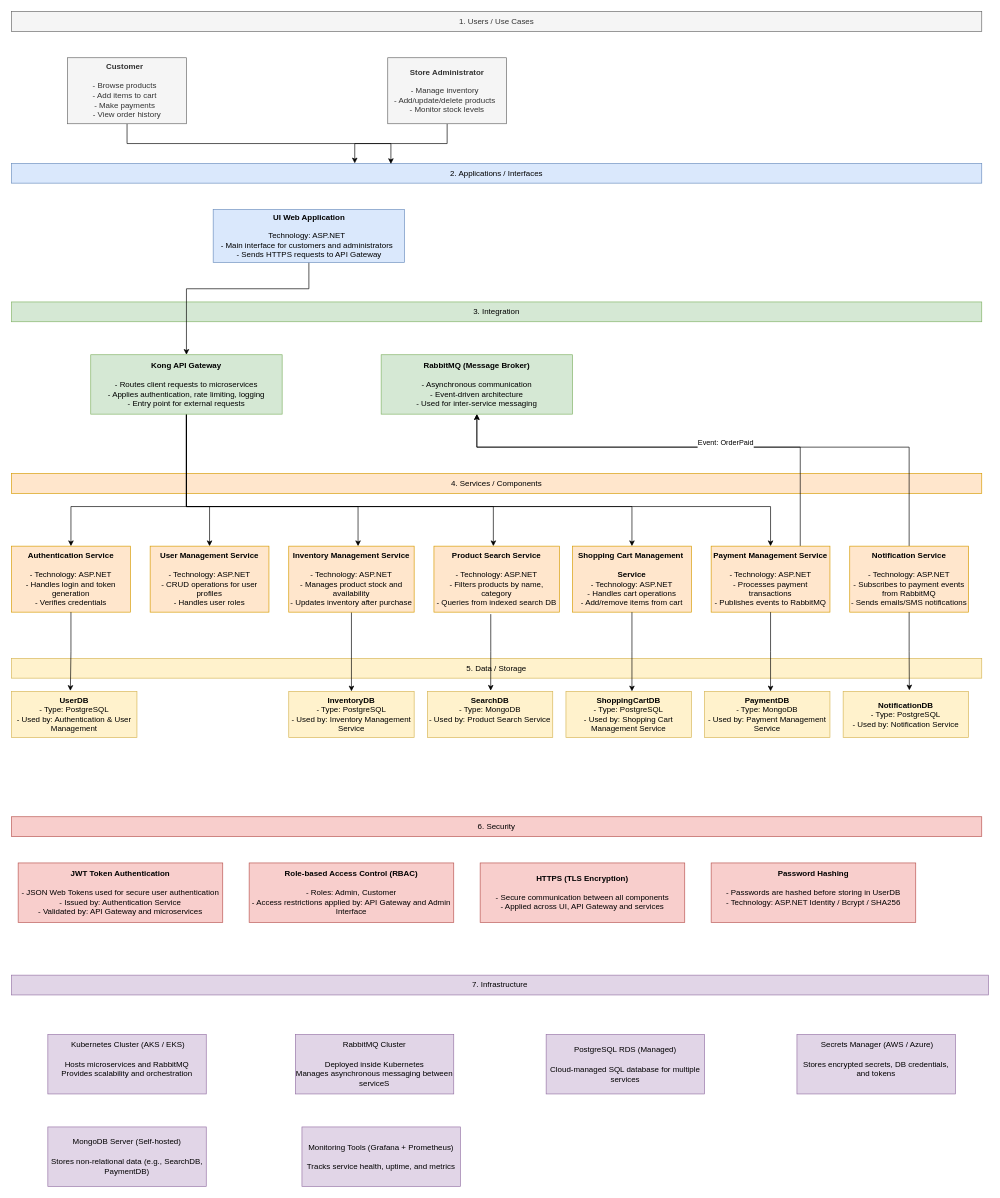
The draw.io diagram SPSM_Architecture_Matrix.drawio in Mundrack/Diagramas-DrawIO, before the edit. Source tidied: cells renumbered, new cells numbered last; positions are measured from the earlier drawing's top-left corner, leaving out a move shared by most shapes. Both pictures are drawn from the tidied source at 66%, with x=0, y=0 at pixel (11, 11).
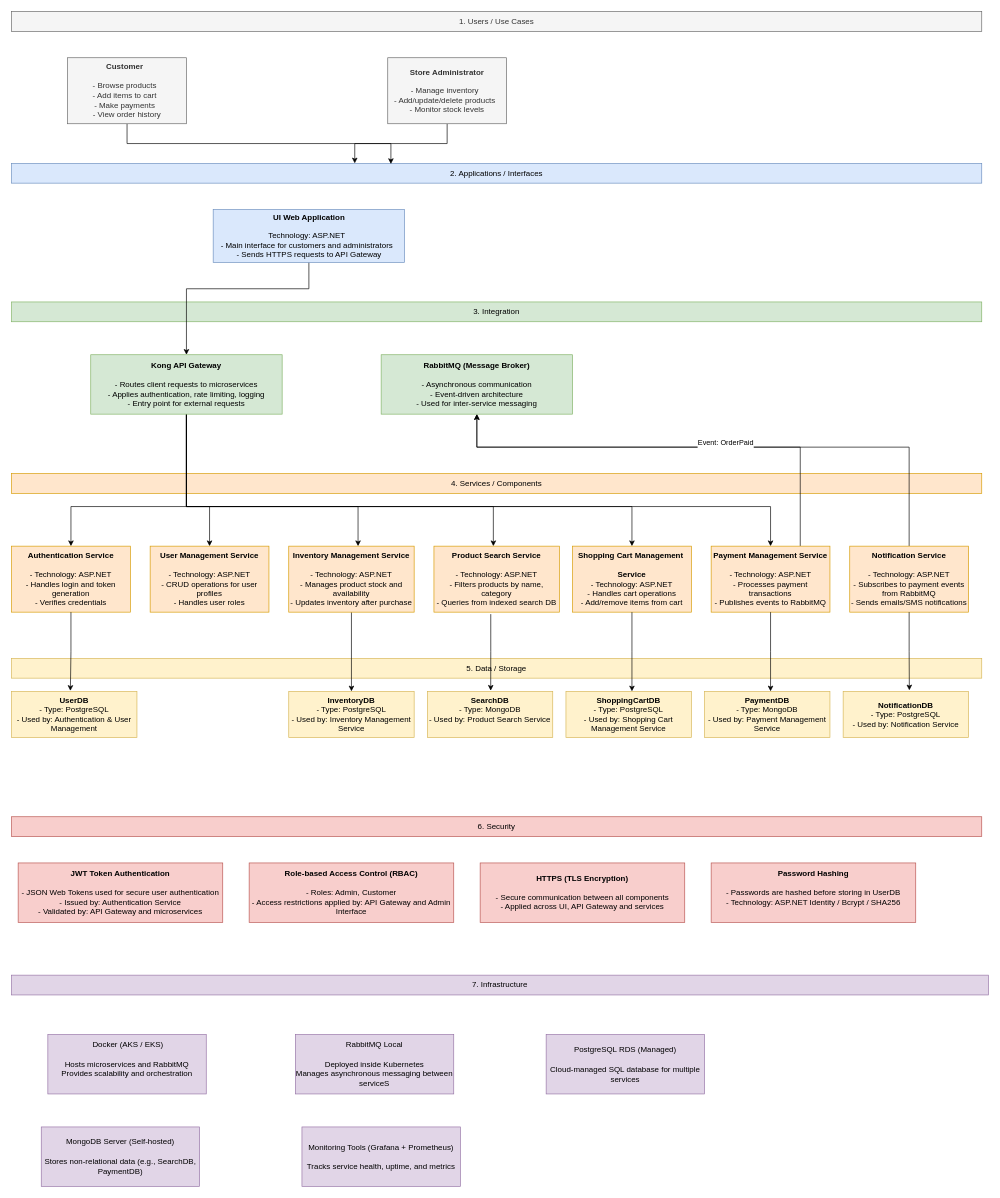
After the change.

Diff of the diagram source:
```diff
@@
-    <mxCell id="48" value="&amp;nbsp;Kubernetes Cluster (AKS / EKS)&lt;div&gt;&lt;br&gt;&lt;div&gt;&lt;span style=&quot;background-color: transparent; color: light-dark(rgb(0, 0, 0), rgb(255, 255, 255));&quot;&gt;Hosts microservices and RabbitMQ&lt;/span&gt;&lt;/div&gt;&lt;div&gt;&lt;span style=&quot;background-color: transparent; color: light-dark(rgb(0, 0, 0), rgb(255, 255, 255));&quot;&gt;Provides scalability and orchestration&lt;/span&gt;&lt;/div&gt;&lt;div&gt;&lt;h4&gt;&lt;/h4&gt;&lt;/div&gt;&lt;/div&gt;" style="whiteSpace=wrap;html=1;fillColor=#e1d5e7;strokeColor=#9673a6;" parent="1" vertex="1">
+    <mxCell id="48" value="&amp;nbsp;Docker (AKS / EKS)&lt;div&gt;&lt;br&gt;&lt;div&gt;&lt;span style=&quot;background-color: transparent; color: light-dark(rgb(0, 0, 0), rgb(255, 255, 255));&quot;&gt;Hosts microservices and RabbitMQ&lt;/span&gt;&lt;/div&gt;&lt;div&gt;&lt;span style=&quot;background-color: transparent; color: light-dark(rgb(0, 0, 0), rgb(255, 255, 255));&quot;&gt;Provides scalability and orchestration&lt;/span&gt;&lt;/div&gt;&lt;div&gt;&lt;h4&gt;&lt;/h4&gt;&lt;/div&gt;&lt;/div&gt;" style="whiteSpace=wrap;html=1;fillColor=#e1d5e7;strokeColor=#9673a6;" parent="1" vertex="1">
       <mxGeometry x="55" y="1550" width="240" height="90" as="geometry" />
     </mxCell>
-    <mxCell id="49" value="RabbitMQ Cluster&lt;div&gt;&lt;div&gt;&lt;h4&gt;&lt;/h4&gt;&lt;/div&gt;&lt;/div&gt;&lt;div&gt;Deployed inside Kubernetes&lt;/div&gt;&lt;div&gt;Manages asynchronous messaging between serviceS&lt;/div&gt;" style="whiteSpace=wrap;html=1;fillColor=#e1d5e7;strokeColor=#9673a6;" parent="1" vertex="1">
+    <mxCell id="49" value="RabbitMQ Local&lt;div&gt;&lt;div&gt;&lt;h4&gt;&lt;/h4&gt;&lt;/div&gt;&lt;/div&gt;&lt;div&gt;Deployed inside Kubernetes&lt;/div&gt;&lt;div&gt;Manages asynchronous messaging between serviceS&lt;/div&gt;" style="whiteSpace=wrap;html=1;fillColor=#e1d5e7;strokeColor=#9673a6;" parent="1" vertex="1">
       <mxGeometry x="430" y="1550" width="240" height="90" as="geometry" />
     </mxCell>
@@
     <mxCell id="51" value="MongoDB Server (Self-hosted)&lt;div&gt;&lt;div&gt;&lt;h4&gt;&lt;/h4&gt;&lt;/div&gt;&lt;/div&gt;&lt;div&gt;Stores non-relational data (e.g., SearchDB, PaymentDB)&lt;/div&gt;" style="whiteSpace=wrap;html=1;fillColor=#e1d5e7;strokeColor=#9673a6;" parent="1" vertex="1">
-      <mxGeometry x="55" y="1690" width="240" height="90" as="geometry" />
+      <mxGeometry x="45" y="1690" width="240" height="90" as="geometry" />
     </mxCell>
-    <mxCell id="52" value="&lt;div&gt;&amp;nbsp;Secrets Manager (AWS / Azure)&lt;/div&gt;&lt;div&gt;&lt;br&gt;&lt;div&gt;Stores encrypted secrets, DB credentials, and tokens&lt;/div&gt;&lt;div&gt;&lt;h4&gt;&lt;/h4&gt;&lt;/div&gt;&lt;/div&gt;" style="whiteSpace=wrap;html=1;fillColor=#e1d5e7;strokeColor=#9673a6;" parent="1" vertex="1">
-      <mxGeometry x="1190" y="1550" width="240" height="90" as="geometry" />
-    </mxCell>
```
